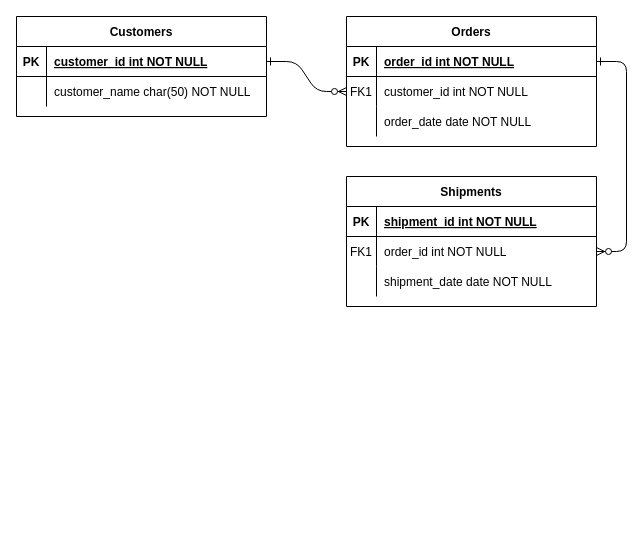
locchiato/laboratorio keeps this draw.io diagram as Untitled Diagram.drawio. Above is the earlier version. Source tidied: cells renumbered, new cells numbered last; positions are measured from the earlier drawing's top-left corner, leaving out a move shared by most shapes. Both pictures are drawn from the tidied source at 100%, with x=0, y=0 at pixel (16, 16).
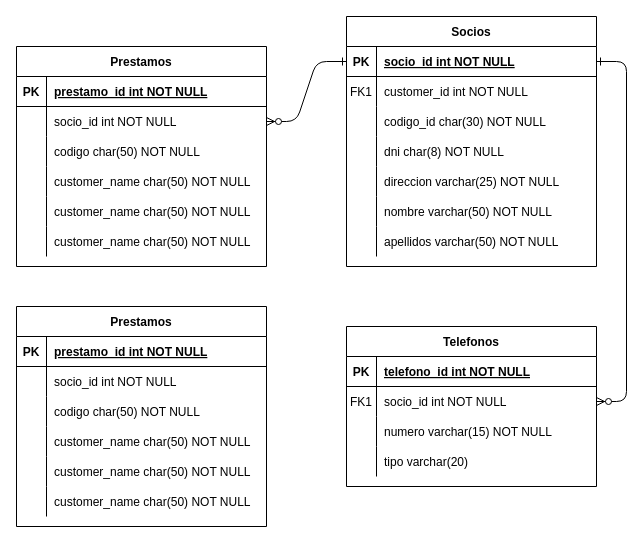
The same diagram, later.

The change refers to these unchanged cells:
```xml
<mxCell id="5" style="shape=partialRectangle;fillColor=none;points=[[0,0.5],[1,0.5]];portConstraint=eastwest;top=0;left=0;right=0;bottom=1;" parent="4" vertex="1">
  <mxGeometry y="30" width="250" height="30" as="geometry" />
</mxCell>
<mxCell id="8" style="shape=partialRectangle;fillColor=none;points=[[0,0.5],[1,0.5]];portConstraint=eastwest;top=0;left=0;right=0;bottom=0;" parent="4" vertex="1">
  <mxGeometry y="60" width="250" height="30" as="geometry" />
</mxCell>
<mxCell id="15" style="shape=partialRectangle;fillColor=none;top=0;left=0;right=0;bottom=1;" parent="14" vertex="1">
  <mxGeometry y="30" width="250" height="30" as="geometry" />
</mxCell>
<mxCell id="18" style="shape=partialRectangle;fillColor=none;points=[[0,0.5],[1,0.5]];portConstraint=eastwest;top=0;left=0;right=0;bottom=0;" parent="14" vertex="1">
  <mxGeometry y="60" width="250" height="30" as="geometry" />
</mxCell>
<mxCell id="25" style="shape=partialRectangle;fillColor=none;points=[[0,0.5],[1,0.5]];portConstraint=eastwest;top=0;left=0;right=0;bottom=1;" parent="24" vertex="1">
  <mxGeometry y="30" width="250" height="30" as="geometry" />
</mxCell>
<mxCell id="28" style="shape=partialRectangle;fillColor=none;points=[[0,0.5],[1,0.5]];portConstraint=eastwest;top=0;left=0;right=0;bottom=0;" parent="24" vertex="1">
  <mxGeometry y="60" width="250" height="30" as="geometry" />
</mxCell>
```

Diff of the diagram source:
```diff
@@
-    <mxCell id="2" style="edgeStyle=entityRelationEdgeStyle;endArrow=ERzeroToMany;startArrow=ERone;endFill=1;startFill=0;" parent="1" edge="1" source="25" target="8">
+    <mxCell id="2" style="edgeStyle=entityRelationEdgeStyle;endArrow=ERzeroToMany;startArrow=ERone;endFill=1;startFill=0;" parent="1" edge="1" source="5" target="28">
       <mxGeometry relative="1" as="geometry" />
     </mxCell>
@@
-    <mxCell id="4" value="Orders" style="shape=table;startSize=30;childLayout=tableLayout;rowLines=0;fontStyle=1;align=center;" parent="1" vertex="1">
-      <mxGeometry x="330" width="250" height="130" as="geometry" />
+    <mxCell id="4" value="Socios" style="shape=table;startSize=30;childLayout=tableLayout;rowLines=0;fontStyle=1;align=center;" parent="1" vertex="1">
+      <mxGeometry x="330" width="250" height="250" as="geometry" />
     </mxCell>
@@
-    <mxCell id="7" value="order_id int NOT NULL " style="shape=partialRectangle;overflow=hidden;fillColor=none;top=0;left=0;bottom=0;right=0;align=left;spacingLeft=6;fontStyle=5;" parent="5" vertex="1">
+    <mxCell id="7" value="socio_id int NOT NULL" style="shape=partialRectangle;overflow=hidden;fillColor=none;top=0;left=0;bottom=0;right=0;align=left;spacingLeft=6;fontStyle=5;" parent="5" vertex="1">
       <mxGeometry x="30" width="220" height="30" as="geometry" />
     </mxCell>
@@
-    <mxCell id="11" style="shape=partialRectangle;fillColor=none;top=0;left=0;right=0;bottom=0;" parent="4" vertex="1">
-      <mxGeometry y="90" width="250" height="30" as="geometry" />
-    </mxCell>
-    <mxCell id="12" style="shape=partialRectangle;overflow=hidden;fillColor=none;top=0;left=0;bottom=0;right=0;" parent="11" vertex="1">
-      <mxGeometry width="30" height="30" as="geometry" />
-    </mxCell>
-    <mxCell id="13" value="order_date date NOT NULL" style="shape=partialRectangle;overflow=hidden;fillColor=none;top=0;left=0;bottom=0;right=0;align=left;spacingLeft=6;" parent="11" vertex="1">
-      <mxGeometry x="30" width="220" height="30" as="geometry" />
-    </mxCell>
+    <mxCell id="31" style="shape=partialRectangle;fillColor=none;top=0;left=0;right=0;bottom=0;" parent="4" vertex="1">
+      <mxGeometry y="90" width="250" height="30" as="geometry" />
+    </mxCell>
+    <mxCell id="32" style="shape=partialRectangle;overflow=hidden;fillColor=none;top=0;left=0;bottom=0;right=0;" parent="31" vertex="1">
+      <mxGeometry width="30" height="30" as="geometry" />
+    </mxCell>
+    <mxCell id="33" value="codigo_id char(30) NOT NULL" style="shape=partialRectangle;overflow=hidden;fillColor=none;top=0;left=0;bottom=0;right=0;align=left;spacingLeft=6;" parent="31" vertex="1">
+      <mxGeometry x="30" width="220" height="30" as="geometry" />
+    </mxCell>
+    <mxCell id="34" style="shape=partialRectangle;fillColor=none;top=0;left=0;right=0;bottom=0;" parent="4" vertex="1">
+      <mxGeometry y="120" width="250" height="30" as="geometry" />
+    </mxCell>
+    <mxCell id="35" style="shape=partialRectangle;overflow=hidden;fillColor=none;top=0;left=0;bottom=0;right=0;" parent="34" vertex="1">
+      <mxGeometry width="30" height="30" as="geometry" />
+    </mxCell>
+    <mxCell id="36" value="dni char(8) NOT NULL" style="shape=partialRectangle;overflow=hidden;fillColor=none;top=0;left=0;bottom=0;right=0;align=left;spacingLeft=6;" parent="34" vertex="1">
+      <mxGeometry x="30" width="220" height="30" as="geometry" />
+    </mxCell>
+    <mxCell id="37" style="shape=partialRectangle;fillColor=none;top=0;left=0;right=0;bottom=0;" parent="4" vertex="1">
+      <mxGeometry y="150" width="250" height="30" as="geometry" />
+    </mxCell>
+    <mxCell id="38" style="shape=partialRectangle;overflow=hidden;fillColor=none;top=0;left=0;bottom=0;right=0;" parent="37" vertex="1">
+      <mxGeometry width="30" height="30" as="geometry" />
+    </mxCell>
+    <mxCell id="39" value="direccion varchar(25) NOT NULL" style="shape=partialRectangle;overflow=hidden;fillColor=none;top=0;left=0;bottom=0;right=0;align=left;spacingLeft=6;" parent="37" vertex="1">
+      <mxGeometry x="30" width="220" height="30" as="geometry" />
+    </mxCell>
+    <mxCell id="40" style="shape=partialRectangle;fillColor=none;top=0;left=0;right=0;bottom=0;" parent="4" vertex="1">
+      <mxGeometry y="180" width="250" height="30" as="geometry" />
+    </mxCell>
+    <mxCell id="41" style="shape=partialRectangle;overflow=hidden;fillColor=none;top=0;left=0;bottom=0;right=0;" parent="40" vertex="1">
+      <mxGeometry width="30" height="30" as="geometry" />
+    </mxCell>
+    <mxCell id="42" value="nombre varchar(50) NOT NULL" style="shape=partialRectangle;overflow=hidden;fillColor=none;top=0;left=0;bottom=0;right=0;align=left;spacingLeft=6;" parent="40" vertex="1">
+      <mxGeometry x="30" width="220" height="30" as="geometry" />
+    </mxCell>
+    <mxCell id="43" style="shape=partialRectangle;fillColor=none;top=0;left=0;right=0;bottom=0;" parent="4" vertex="1">
+      <mxGeometry y="210" width="250" height="30" as="geometry" />
+    </mxCell>
+    <mxCell id="44" style="shape=partialRectangle;overflow=hidden;fillColor=none;top=0;left=0;bottom=0;right=0;" parent="43" vertex="1">
+      <mxGeometry width="30" height="30" as="geometry" />
+    </mxCell>
+    <mxCell id="45" value="apellidos varchar(50) NOT NULL" style="shape=partialRectangle;overflow=hidden;fillColor=none;top=0;left=0;bottom=0;right=0;align=left;spacingLeft=6;" parent="43" vertex="1">
+      <mxGeometry x="30" width="220" height="30" as="geometry" />
+    </mxCell>
-    <mxCell id="14" value="Shipments" style="shape=table;startSize=30;childLayout=tableLayout;rowLines=0;fontStyle=1;align=center;" parent="1" vertex="1">
-      <mxGeometry x="330" y="160" width="250" height="130" as="geometry" />
+    <mxCell id="14" value="Telefonos" style="shape=table;startSize=30;childLayout=tableLayout;rowLines=0;fontStyle=1;align=center;" parent="1" vertex="1">
+      <mxGeometry x="330" y="310" width="250" height="160" as="geometry" />
     </mxCell>
@@
-    <mxCell id="17" value="shipment_id int NOT NULL " style="shape=partialRectangle;overflow=hidden;fillColor=none;top=0;left=0;bottom=0;right=0;align=left;spacingLeft=6;fontStyle=5;" parent="15" vertex="1">
+    <mxCell id="17" value="telefono_id int NOT NULL" style="shape=partialRectangle;overflow=hidden;fillColor=none;top=0;left=0;bottom=0;right=0;align=left;spacingLeft=6;fontStyle=5;" parent="15" vertex="1">
       <mxGeometry x="30" width="220" height="30" as="geometry" />
     </mxCell>
@@
-    <mxCell id="20" value="order_id int NOT NULL" style="shape=partialRectangle;overflow=hidden;fillColor=none;top=0;left=0;bottom=0;right=0;align=left;spacingLeft=6;" parent="18" vertex="1">
+    <mxCell id="20" value="socio_id int NOT NULL" style="shape=partialRectangle;overflow=hidden;fillColor=none;top=0;left=0;bottom=0;right=0;align=left;spacingLeft=6;" parent="18" vertex="1">
       <mxGeometry x="30" width="220" height="30" as="geometry" />
     </mxCell>
-    <mxCell id="21" style="shape=partialRectangle;fillColor=none;top=0;left=0;right=0;bottom=0;" parent="14" vertex="1">
-      <mxGeometry y="90" width="250" height="30" as="geometry" />
-    </mxCell>
-    <mxCell id="22" style="shape=partialRectangle;overflow=hidden;fillColor=none;top=0;left=0;bottom=0;right=0;" parent="21" vertex="1">
-      <mxGeometry width="30" height="30" as="geometry" />
-    </mxCell>
-    <mxCell id="23" value="shipment_date date NOT NULL" style="shape=partialRectangle;overflow=hidden;fillColor=none;top=0;left=0;bottom=0;right=0;align=left;spacingLeft=6;" parent="21" vertex="1">
-      <mxGeometry x="30" width="220" height="30" as="geometry" />
-    </mxCell>
+    <mxCell id="46" style="shape=partialRectangle;fillColor=none;top=0;left=0;right=0;bottom=0;" parent="14" vertex="1">
+      <mxGeometry y="90" width="250" height="30" as="geometry" />
+    </mxCell>
+    <mxCell id="47" style="shape=partialRectangle;overflow=hidden;fillColor=none;top=0;left=0;bottom=0;right=0;" parent="46" vertex="1">
+      <mxGeometry width="30" height="30" as="geometry" />
+    </mxCell>
+    <mxCell id="48" value="numero varchar(15) NOT NULL" style="shape=partialRectangle;overflow=hidden;fillColor=none;top=0;left=0;bottom=0;right=0;align=left;spacingLeft=6;" parent="46" vertex="1">
+      <mxGeometry x="30" width="220" height="30" as="geometry" />
+    </mxCell>
+    <mxCell id="49" style="shape=partialRectangle;fillColor=none;top=0;left=0;right=0;bottom=0;" parent="14" vertex="1">
+      <mxGeometry y="120" width="250" height="30" as="geometry" />
+    </mxCell>
+    <mxCell id="50" style="shape=partialRectangle;overflow=hidden;fillColor=none;top=0;left=0;bottom=0;right=0;" parent="49" vertex="1">
+      <mxGeometry width="30" height="30" as="geometry" />
+    </mxCell>
+    <mxCell id="51" value="tipo varchar(20)" style="shape=partialRectangle;overflow=hidden;fillColor=none;top=0;left=0;bottom=0;right=0;align=left;spacingLeft=6;" parent="49" vertex="1">
+      <mxGeometry x="30" width="220" height="30" as="geometry" />
+    </mxCell>
-    <mxCell id="24" value="Customers" style="shape=table;startSize=30;childLayout=tableLayout;rowLines=0;fontStyle=1;align=center;" parent="1" vertex="1">
-      <mxGeometry width="250" height="100" as="geometry" />
+    <mxCell id="24" value="Prestamos" style="shape=table;startSize=30;childLayout=tableLayout;rowLines=0;fontStyle=1;align=center;" parent="1" vertex="1">
+      <mxGeometry y="30" width="250" height="220" as="geometry" />
     </mxCell>
@@
-    <mxCell id="27" value="customer_id int NOT NULL " style="shape=partialRectangle;overflow=hidden;fillColor=none;top=0;left=0;bottom=0;right=0;align=left;spacingLeft=6;fontStyle=5;" parent="25" vertex="1">
+    <mxCell id="27" value="prestamo_id int NOT NULL " style="shape=partialRectangle;overflow=hidden;fillColor=none;top=0;left=0;bottom=0;right=0;align=left;spacingLeft=6;fontStyle=5;" parent="25" vertex="1">
       <mxGeometry x="30" width="220" height="30" as="geometry" />
     </mxCell>
@@
-    <mxCell id="30" value="customer_name char(50) NOT NULL" style="shape=partialRectangle;overflow=hidden;fillColor=none;top=0;left=0;bottom=0;right=0;align=left;spacingLeft=6;" parent="28" vertex="1">
+    <mxCell id="30" value="socio_id int NOT NULL" style="shape=partialRectangle;overflow=hidden;fillColor=none;top=0;left=0;bottom=0;right=0;align=left;spacingLeft=6;" parent="28" vertex="1">
       <mxGeometry x="30" width="220" height="30" as="geometry" />
     </mxCell>
+    <mxCell id="52" style="shape=partialRectangle;fillColor=none;top=0;left=0;right=0;bottom=0;" parent="24" vertex="1">
+      <mxGeometry y="90" width="250" height="30" as="geometry" />
+    </mxCell>
+    <mxCell id="53" style="shape=partialRectangle;overflow=hidden;fillColor=none;top=0;left=0;bottom=0;right=0;" parent="52" vertex="1">
+      <mxGeometry width="30" height="30" as="geometry" />
+    </mxCell>
+    <mxCell id="54" value="codigo char(50) NOT NULL" style="shape=partialRectangle;overflow=hidden;fillColor=none;top=0;left=0;bottom=0;right=0;align=left;spacingLeft=6;" parent="52" vertex="1">
+      <mxGeometry x="30" width="220" height="30" as="geometry" />
+    </mxCell>
+    <mxCell id="55" style="shape=partialRectangle;fillColor=none;top=0;left=0;right=0;bottom=0;" parent="24" vertex="1">
+      <mxGeometry y="120" width="250" height="30" as="geometry" />
+    </mxCell>
+    <mxCell id="56" style="shape=partialRectangle;overflow=hidden;fillColor=none;top=0;left=0;bottom=0;right=0;" parent="55" vertex="1">
+      <mxGeometry width="30" height="30" as="geometry" />
+    </mxCell>
+    <mxCell id="57" value="customer_name char(50) NOT NULL" style="shape=partialRectangle;overflow=hidden;fillColor=none;top=0;left=0;bottom=0;right=0;align=left;spacingLeft=6;" parent="55" vertex="1">
+      <mxGeometry x="30" width="220" height="30" as="geometry" />
+    </mxCell>
+    <mxCell id="58" style="shape=partialRectangle;fillColor=none;top=0;left=0;right=0;bottom=0;" parent="24" vertex="1">
+      <mxGeometry y="150" width="250" height="30" as="geometry" />
+    </mxCell>
+    <mxCell id="59" style="shape=partialRectangle;overflow=hidden;fillColor=none;top=0;left=0;bottom=0;right=0;" parent="58" vertex="1">
+      <mxGeometry width="30" height="30" as="geometry" />
+    </mxCell>
+    <mxCell id="60" value="customer_name char(50) NOT NULL" style="shape=partialRectangle;overflow=hidden;fillColor=none;top=0;left=0;bottom=0;right=0;align=left;spacingLeft=6;" parent="58" vertex="1">
+      <mxGeometry x="30" width="220" height="30" as="geometry" />
+    </mxCell>
+    <mxCell id="61" style="shape=partialRectangle;fillColor=none;top=0;left=0;right=0;bottom=0;" parent="24" vertex="1">
+      <mxGeometry y="180" width="250" height="30" as="geometry" />
+    </mxCell>
+    <mxCell id="62" style="shape=partialRectangle;overflow=hidden;fillColor=none;top=0;left=0;bottom=0;right=0;" parent="61" vertex="1">
+      <mxGeometry width="30" height="30" as="geometry" />
+    </mxCell>
+    <mxCell id="63" value="customer_name char(50) NOT NULL" style="shape=partialRectangle;overflow=hidden;fillColor=none;top=0;left=0;bottom=0;right=0;align=left;spacingLeft=6;" parent="61" vertex="1">
+      <mxGeometry x="30" width="220" height="30" as="geometry" />
+    </mxCell>
+    <mxCell id="64" value="Prestamos" style="shape=table;startSize=30;childLayout=tableLayout;rowLines=0;fontStyle=1;align=center;" parent="1" vertex="1">
+      <mxGeometry y="290" width="250" height="220" as="geometry" />
+    </mxCell>
+    <mxCell id="65" style="shape=partialRectangle;fillColor=none;top=0;left=0;right=0;bottom=1;" parent="64" vertex="1">
+      <mxGeometry y="30" width="250" height="30" as="geometry" />
+    </mxCell>
+    <mxCell id="66" value="PK" style="shape=partialRectangle;overflow=hidden;fillColor=none;top=0;left=0;bottom=0;right=0;fontStyle=1;" parent="65" vertex="1">
+      <mxGeometry width="30" height="30" as="geometry" />
+    </mxCell>
+    <mxCell id="67" value="prestamo_id int NOT NULL " style="shape=partialRectangle;overflow=hidden;fillColor=none;top=0;left=0;bottom=0;right=0;align=left;spacingLeft=6;fontStyle=5;" parent="65" vertex="1">
+      <mxGeometry x="30" width="220" height="30" as="geometry" />
+    </mxCell>
+    <mxCell id="68" style="shape=partialRectangle;fillColor=none;top=0;left=0;right=0;bottom=0;" parent="64" vertex="1">
+      <mxGeometry y="60" width="250" height="30" as="geometry" />
+    </mxCell>
+    <mxCell id="69" style="shape=partialRectangle;overflow=hidden;fillColor=none;top=0;left=0;bottom=0;right=0;" parent="68" vertex="1">
+      <mxGeometry width="30" height="30" as="geometry" />
+    </mxCell>
+    <mxCell id="70" value="socio_id int NOT NULL" style="shape=partialRectangle;overflow=hidden;fillColor=none;top=0;left=0;bottom=0;right=0;align=left;spacingLeft=6;" parent="68" vertex="1">
+      <mxGeometry x="30" width="220" height="30" as="geometry" />
+    </mxCell>
+    <mxCell id="71" style="shape=partialRectangle;fillColor=none;top=0;left=0;right=0;bottom=0;" parent="64" vertex="1">
+      <mxGeometry y="90" width="250" height="30" as="geometry" />
+    </mxCell>
+    <mxCell id="72" style="shape=partialRectangle;overflow=hidden;fillColor=none;top=0;left=0;bottom=0;right=0;" parent="71" vertex="1">
+      <mxGeometry width="30" height="30" as="geometry" />
+    </mxCell>
+    <mxCell id="73" value="codigo char(50) NOT NULL" style="shape=partialRectangle;overflow=hidden;fillColor=none;top=0;left=0;bottom=0;right=0;align=left;spacingLeft=6;" parent="71" vertex="1">
+      <mxGeometry x="30" width="220" height="30" as="geometry" />
+    </mxCell>
+    <mxCell id="74" style="shape=partialRectangle;fillColor=none;top=0;left=0;right=0;bottom=0;" parent="64" vertex="1">
+      <mxGeometry y="120" width="250" height="30" as="geometry" />
+    </mxCell>
+    <mxCell id="75" style="shape=partialRectangle;overflow=hidden;fillColor=none;top=0;left=0;bottom=0;right=0;" parent="74" vertex="1">
+      <mxGeometry width="30" height="30" as="geometry" />
+    </mxCell>
+    <mxCell id="76" value="customer_name char(50) NOT NULL" style="shape=partialRectangle;overflow=hidden;fillColor=none;top=0;left=0;bottom=0;right=0;align=left;spacingLeft=6;" parent="74" vertex="1">
+      <mxGeometry x="30" width="220" height="30" as="geometry" />
+    </mxCell>
+    <mxCell id="77" style="shape=partialRectangle;fillColor=none;top=0;left=0;right=0;bottom=0;" parent="64" vertex="1">
+      <mxGeometry y="150" width="250" height="30" as="geometry" />
+    </mxCell>
+    <mxCell id="78" style="shape=partialRectangle;overflow=hidden;fillColor=none;top=0;left=0;bottom=0;right=0;" parent="77" vertex="1">
+      <mxGeometry width="30" height="30" as="geometry" />
+    </mxCell>
+    <mxCell id="79" value="customer_name char(50) NOT NULL" style="shape=partialRectangle;overflow=hidden;fillColor=none;top=0;left=0;bottom=0;right=0;align=left;spacingLeft=6;" parent="77" vertex="1">
+      <mxGeometry x="30" width="220" height="30" as="geometry" />
+    </mxCell>
+    <mxCell id="80" style="shape=partialRectangle;fillColor=none;top=0;left=0;right=0;bottom=0;" parent="64" vertex="1">
+      <mxGeometry y="180" width="250" height="30" as="geometry" />
+    </mxCell>
+    <mxCell id="81" style="shape=partialRectangle;overflow=hidden;fillColor=none;top=0;left=0;bottom=0;right=0;" parent="80" vertex="1">
+      <mxGeometry width="30" height="30" as="geometry" />
+    </mxCell>
+    <mxCell id="82" value="customer_name char(50) NOT NULL" style="shape=partialRectangle;overflow=hidden;fillColor=none;top=0;left=0;bottom=0;right=0;align=left;spacingLeft=6;" parent="80" vertex="1">
+      <mxGeometry x="30" width="220" height="30" as="geometry" />
+    </mxCell>
```
